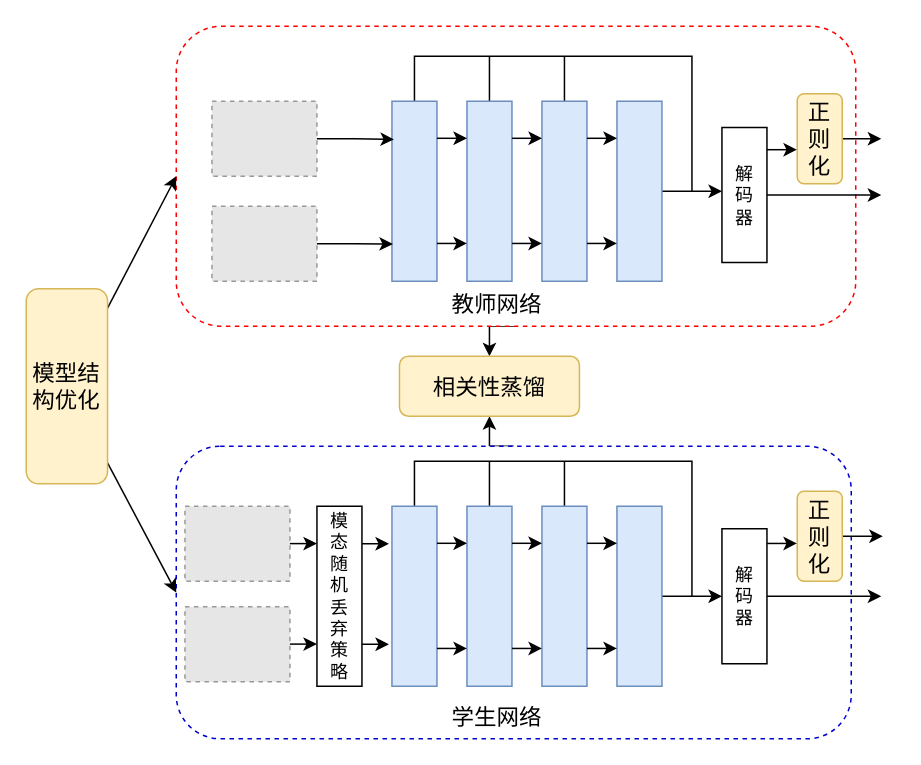
Earlier version of the draw.io diagram 1-2主要内容.drawio (Losh-shi/graduate_map). Source tidied: cells renumbered, new cells numbered last; positions are measured from the earlier drawing's top-left corner, leaving out a move shared by most shapes. Both pictures are drawn from the tidied source at 150%, with x=0, y=0 at pixel (26, 26). Pictures stored in the file or linked from it are replaced by grey dashed boxes.
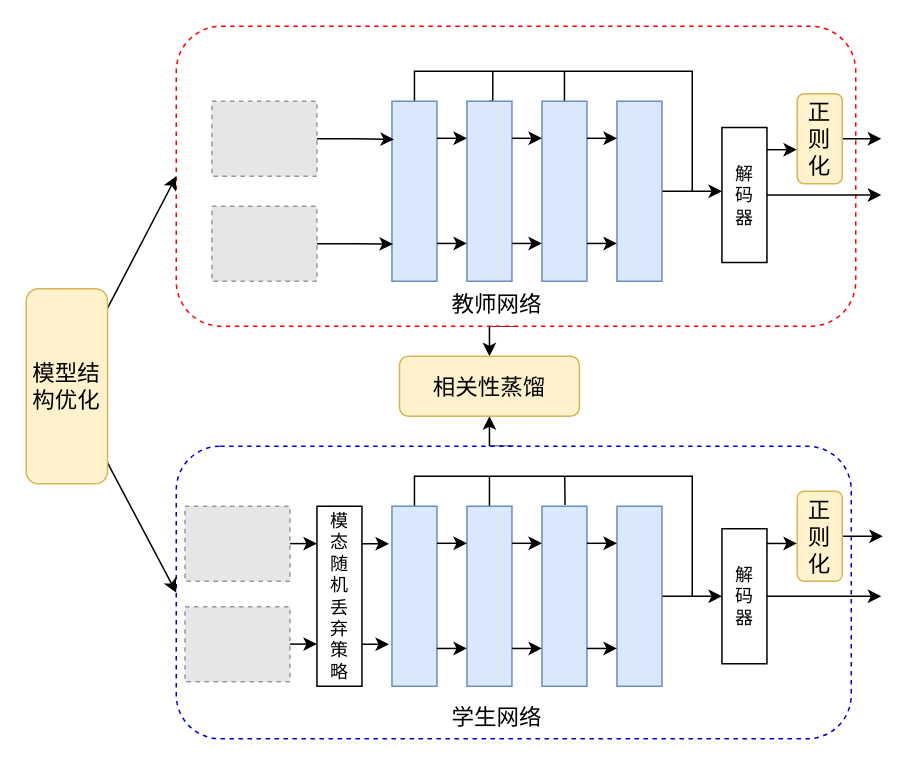
The same page after the edit.

Commit message (it also covers changes not shown here):
更新1-2主要内容.drawio

The change refers to these unchanged cells:
```xml
<mxCell id="7" style="rounded=0;whiteSpace=wrap;html=1;fillColor=#dae8fc;strokeColor=#6c8ebf;" parent="1" vertex="1">
  <mxGeometry x="243.8" y="50" width="30" height="120" as="geometry" />
</mxCell>
<mxCell id="9" style="rounded=0;whiteSpace=wrap;html=1;fillColor=#dae8fc;strokeColor=#6c8ebf;" parent="1" vertex="1">
  <mxGeometry x="293.8" y="50" width="30" height="120" as="geometry" />
</mxCell>
<mxCell id="17" style="rounded=0;whiteSpace=wrap;html=1;fillColor=#dae8fc;strokeColor=#6c8ebf;" parent="1" vertex="1">
  <mxGeometry x="343.8" y="50" width="30" height="120" as="geometry" />
</mxCell>
<mxCell id="25" style="rounded=0;whiteSpace=wrap;html=1;fillColor=#dae8fc;strokeColor=#6c8ebf;" parent="1" vertex="1">
  <mxGeometry x="243.8" y="320" width="30" height="120" as="geometry" />
</mxCell>
<mxCell id="27" style="rounded=0;whiteSpace=wrap;html=1;fillColor=#dae8fc;strokeColor=#6c8ebf;" parent="1" vertex="1">
  <mxGeometry x="293.8" y="320" width="30" height="120" as="geometry" />
</mxCell>
<mxCell id="33" style="rounded=0;whiteSpace=wrap;html=1;fillColor=#dae8fc;strokeColor=#6c8ebf;" parent="1" vertex="1">
  <mxGeometry x="343.8" y="320" width="30" height="120" as="geometry" />
</mxCell>
<mxCell id="41" value="解&lt;div&gt;码&lt;/div&gt;&lt;div&gt;器&lt;/div&gt;" style="rounded=0;whiteSpace=wrap;html=1;" parent="1" vertex="1">
  <mxGeometry x="463.8" y="335" width="30" height="90" as="geometry" />
</mxCell>
```

Change to the diagram source:
```diff
@@
     <mxCell id="6" style="edgeStyle=orthogonalEdgeStyle;rounded=0;jettySize=auto;html=1;" parent="1" edge="1" source="7">
       <mxGeometry relative="1" as="geometry">
         <mxPoint x="463.8" y="110" as="targetPoint" />
         <Array as="points">
-          <mxPoint x="258.8" y="20" />
-          <mxPoint x="443.8" y="20" />
-          <mxPoint x="443.8" y="110" />
+          <mxPoint x="259" y="30" />
+          <mxPoint x="444" y="30" />
+          <mxPoint x="444" y="110" />
         </Array>
       </mxGeometry>
     </mxCell>
@@
     <mxCell id="8" style="edgeStyle=orthogonalEdgeStyle;rounded=0;jettySize=auto;html=1;exitX=0.5;exitY=0;exitDx=0;exitDy=0;endArrow=none;endFill=0;" parent="1" edge="1" source="9">
       <mxGeometry relative="1" as="geometry">
-        <mxPoint x="308.8" y="20" as="targetPoint" />
+        <mxPoint x="311" y="30" as="targetPoint" />
       </mxGeometry>
     </mxCell>
@@
     <mxCell id="16" style="edgeStyle=orthogonalEdgeStyle;rounded=0;jettySize=auto;html=1;endArrow=none;endFill=0;" parent="1" edge="1" source="17">
       <mxGeometry relative="1" as="geometry">
-        <mxPoint x="358.8" y="20" as="targetPoint" />
+        <mxPoint x="359" y="31" as="targetPoint" />
       </mxGeometry>
     </mxCell>
@@
     <mxCell id="24" style="edgeStyle=orthogonalEdgeStyle;rounded=0;jettySize=auto;html=1;" parent="1" edge="1" source="25" target="41">
       <mxGeometry relative="1" as="geometry">
         <Array as="points">
-          <mxPoint x="258.8" y="290" />
-          <mxPoint x="443.8" y="290" />
-          <mxPoint x="443.8" y="380" />
+          <mxPoint x="259" y="300" />
+          <mxPoint x="444" y="300" />
+          <mxPoint x="444" y="380" />
         </Array>
       </mxGeometry>
     </mxCell>
@@
-    <mxCell id="26" style="edgeStyle=orthogonalEdgeStyle;rounded=0;jettySize=auto;html=1;exitX=0.5;exitY=0;exitDx=0;exitDy=0;endArrow=none;endFill=0;" parent="1" edge="1" source="27">
-      <mxGeometry relative="1" as="geometry">
-        <mxPoint x="308.8" y="290" as="targetPoint" />
-      </mxGeometry>
-    </mxCell>
+    <mxCell id="61" style="edgeStyle=orthogonalEdgeStyle;rounded=0;jettySize=auto;html=1;endArrow=none;endFill=0;" parent="1" edge="1" source="27">
+      <mxGeometry relative="1" as="geometry">
+        <mxPoint x="308.8" y="300.8" as="targetPoint" />
+      </mxGeometry>
+    </mxCell>
@@
-    <mxCell id="32" style="edgeStyle=orthogonalEdgeStyle;rounded=0;jettySize=auto;html=1;endArrow=none;endFill=0;" parent="1" edge="1" source="33">
-      <mxGeometry relative="1" as="geometry">
-        <mxPoint x="358.8" y="290" as="targetPoint" />
-      </mxGeometry>
-    </mxCell>
@@
+    <mxCell id="62" style="edgeStyle=orthogonalEdgeStyle;rounded=0;orthogonalLoop=1;jettySize=auto;html=1;endArrow=none;endFill=0;" parent="1" edge="1">
+      <mxGeometry relative="1" as="geometry">
+        <mxPoint x="359.2" y="319.2" as="sourcePoint" />
+        <mxPoint x="359" y="300" as="targetPoint" />
+      </mxGeometry>
+    </mxCell>
```
